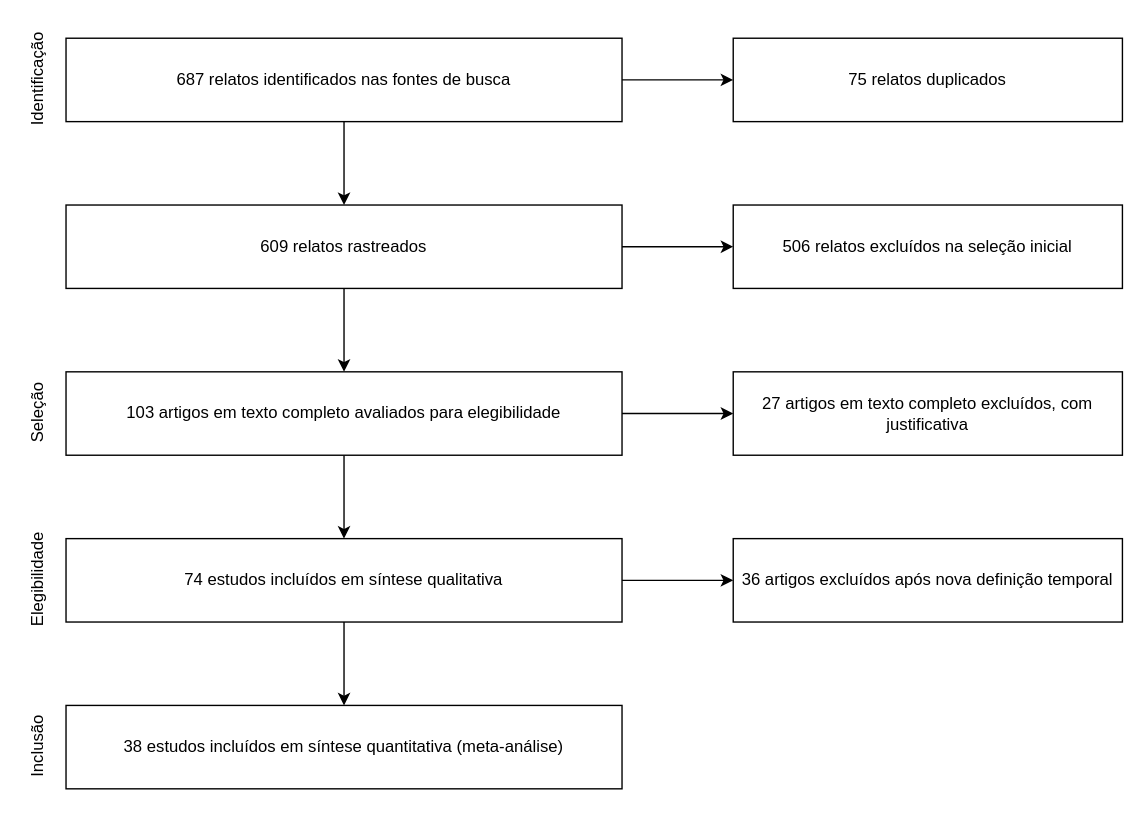
liviafernanda/testes keeps this draw.io diagram as Untitled Diagram.drawio. Above is the earlier version. Source tidied: cells renumbered, new cells numbered last; positions are measured from the earlier drawing's top-left corner, leaving out a move shared by most shapes. Both pictures are drawn from the tidied source at 139%, with x=0, y=0 at pixel (-25, 38).
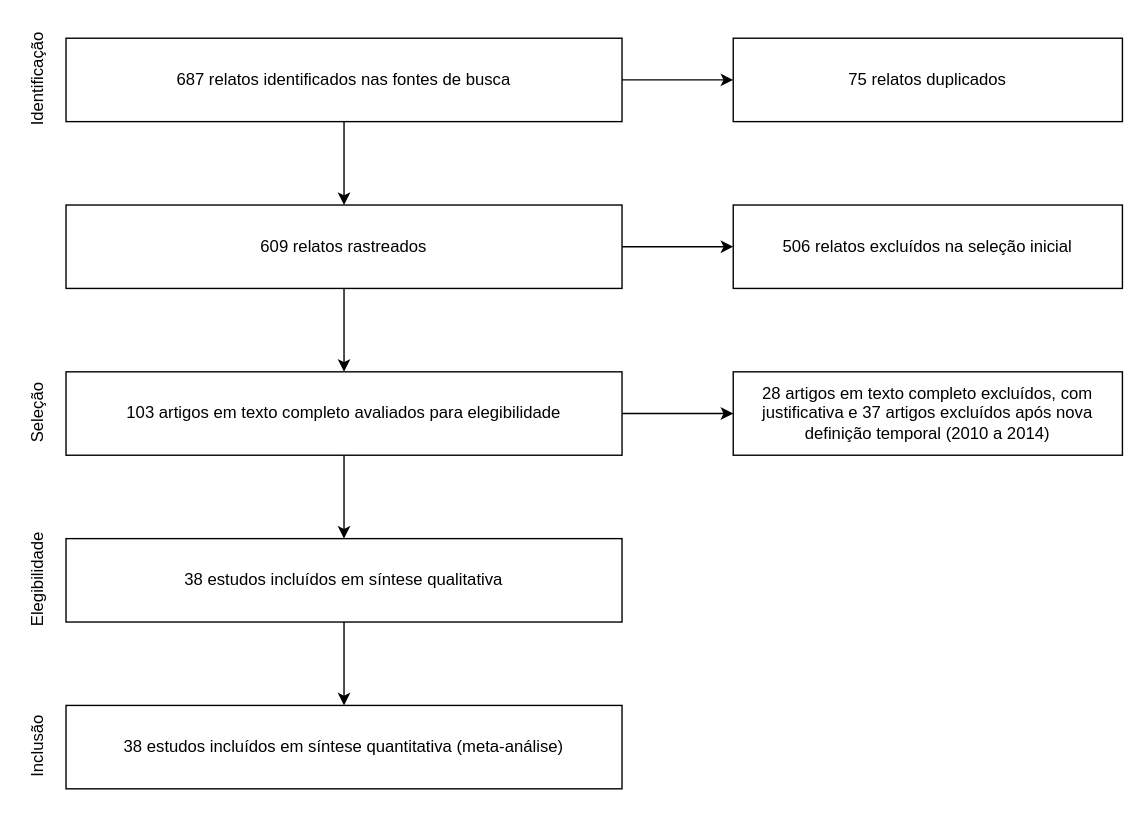
Above is the later version.

Change to the diagram source:
```diff
@@
-    <mxCell id="15" value="27 artigos em texto completo excluídos, com justificativa" style="whiteSpace=wrap;html=1;rounded=0;" parent="1" vertex="1">
+    <mxCell id="15" value="28 artigos em texto completo excluídos, com justificativa e 37 artigos excluídos após nova definição temporal (2010 a 2014)" style="whiteSpace=wrap;html=1;rounded=0;" parent="1" vertex="1">
       <mxGeometry x="545" y="240" width="280" height="60" as="geometry" />
     </mxCell>
@@
-    <mxCell id="17" style="edgeStyle=orthogonalEdgeStyle;rounded=0;jettySize=auto;html=1;fontFamily=Helvetica;" parent="1" edge="1" source="18" target="23">
-      <mxGeometry relative="1" as="geometry" />
-    </mxCell>
-    <mxCell id="18" value="74 estudos incluídos em síntese qualitativa" style="whiteSpace=wrap;html=1;rounded=0;" parent="1" vertex="1">
+    <mxCell id="18" value="38 estudos incluídos em síntese qualitativa" style="whiteSpace=wrap;html=1;rounded=0;" parent="1" vertex="1">
       <mxGeometry x="65" y="360" width="400" height="60" as="geometry" />
     </mxCell>
@@
-    <mxCell id="23" value="36 artigos excluídos após nova definição temporal" style="whiteSpace=wrap;html=1;rounded=0;" parent="1" vertex="1">
-      <mxGeometry x="545" y="360" width="280" height="60" as="geometry" />
-    </mxCell>
```
